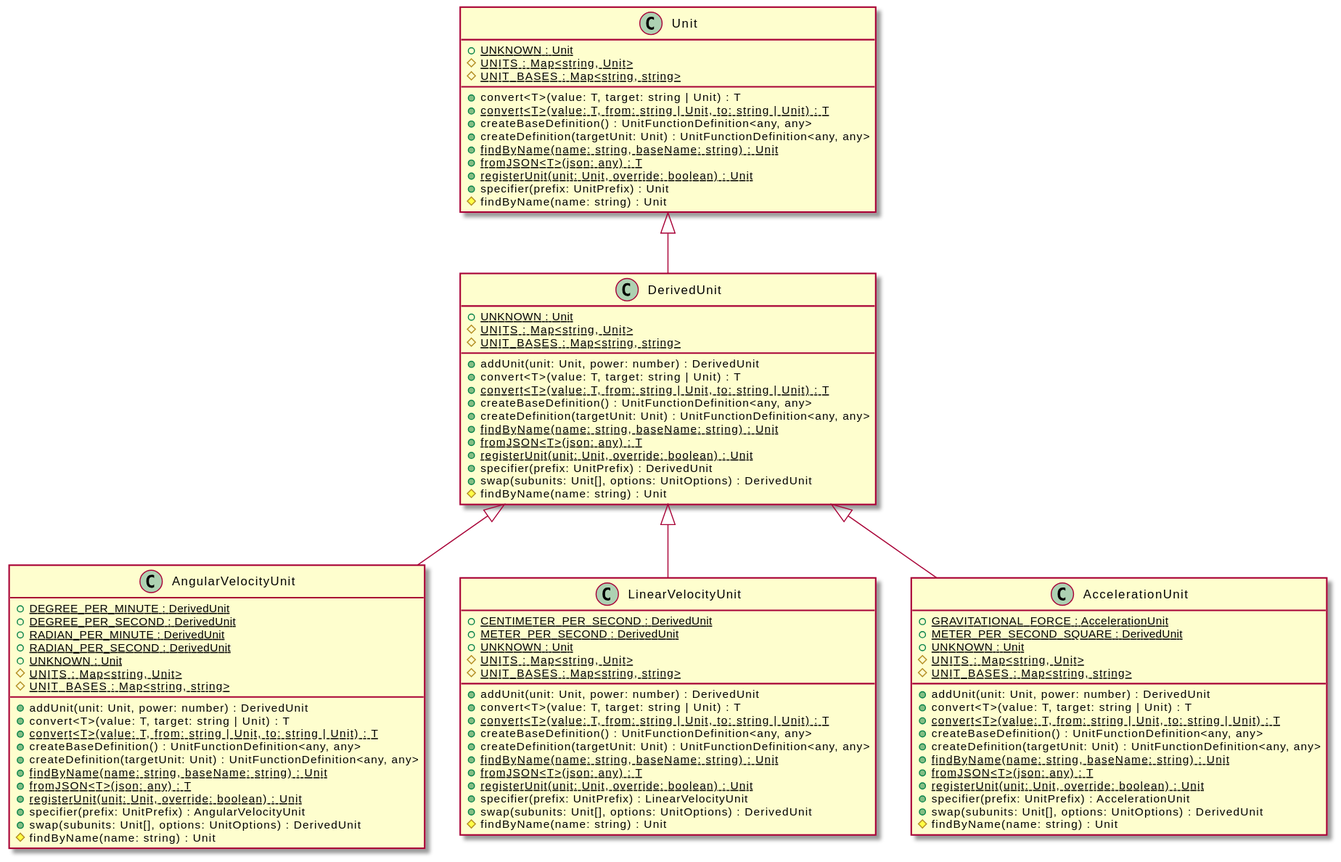
OpenHPS/openhps-core keeps this PlantUML diagram as assets/DerivedUnit-umlClassDiagram-676.svg. Above is the earlier version.
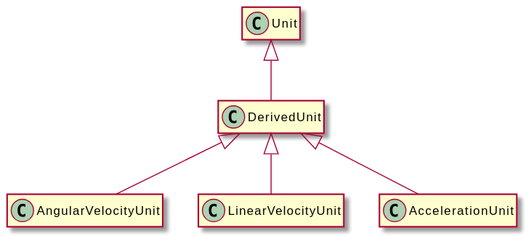
After the commit.

Diff of the diagram source:
```diff
@@ -3,93 +3,17 @@
 hide empty methods
 hide empty fields
 class "DerivedUnit" {
-    {static} +UNKNOWN : Unit
-    {static} #UNITS : Map<string, Unit>
-    {static} #UNIT_BASES : Map<string, string>
-    +addUnit(unit: Unit, power: number) : DerivedUnit
-    +convert<T>(value: T, target: string | Unit) : T
-    {static} +convert<T>(value: T, from: string | Unit, to: string | Unit) : T
-    +createBaseDefinition() : UnitFunctionDefinition<any, any>
-    +createDefinition(targetUnit: Unit) : UnitFunctionDefinition<any, any>
-    {static} +findByName(name: string, baseName: string) : Unit
-    {static} +fromJSON<T>(json: any) : T
-    {static} +registerUnit(unit: Unit, override: boolean) : Unit
-    +specifier(prefix: UnitPrefix) : DerivedUnit
-    +swap(subunits: Unit[], options: UnitOptions) : DerivedUnit
-    #findByName(name: string) : Unit
 }
 class "Unit" {
-    {static} +UNKNOWN : Unit
-    {static} #UNITS : Map<string, Unit>
-    {static} #UNIT_BASES : Map<string, string>
-    +convert<T>(value: T, target: string | Unit) : T
-    {static} +convert<T>(value: T, from: string | Unit, to: string | Unit) : T
-    +createBaseDefinition() : UnitFunctionDefinition<any, any>
-    +createDefinition(targetUnit: Unit) : UnitFunctionDefinition<any, any>
-    {static} +findByName(name: string, baseName: string) : Unit
-    {static} +fromJSON<T>(json: any) : T
-    {static} +registerUnit(unit: Unit, override: boolean) : Unit
-    +specifier(prefix: UnitPrefix) : Unit
-    #findByName(name: string) : Unit
 }
 "Unit" <|-- "DerivedUnit"
 class "AngularVelocityUnit" {
-    {static} +DEGREE_PER_MINUTE : DerivedUnit
-    {static} +DEGREE_PER_SECOND : DerivedUnit
-    {static} +RADIAN_PER_MINUTE : DerivedUnit
-    {static} +RADIAN_PER_SECOND : DerivedUnit
-    {static} +UNKNOWN : Unit
-    {static} #UNITS : Map<string, Unit>
-    {static} #UNIT_BASES : Map<string, string>
-    +addUnit(unit: Unit, power: number) : DerivedUnit
-    +convert<T>(value: T, target: string | Unit) : T
-    {static} +convert<T>(value: T, from: string | Unit, to: string | Unit) : T
-    +createBaseDefinition() : UnitFunctionDefinition<any, any>
-    +createDefinition(targetUnit: Unit) : UnitFunctionDefinition<any, any>
-    {static} +findByName(name: string, baseName: string) : Unit
-    {static} +fromJSON<T>(json: any) : T
-    {static} +registerUnit(unit: Unit, override: boolean) : Unit
-    +specifier(prefix: UnitPrefix) : AngularVelocityUnit
-    +swap(subunits: Unit[], options: UnitOptions) : DerivedUnit
-    #findByName(name: string) : Unit
 }
 "DerivedUnit" <|-- "AngularVelocityUnit"
 class "LinearVelocityUnit" {
-    {static} +CENTIMETER_PER_SECOND : DerivedUnit
-    {static} +METER_PER_SECOND : DerivedUnit
-    {static} +UNKNOWN : Unit
-    {static} #UNITS : Map<string, Unit>
-    {static} #UNIT_BASES : Map<string, string>
-    +addUnit(unit: Unit, power: number) : DerivedUnit
-    +convert<T>(value: T, target: string | Unit) : T
-    {static} +convert<T>(value: T, from: string | Unit, to: string | Unit) : T
-    +createBaseDefinition() : UnitFunctionDefinition<any, any>
-    +createDefinition(targetUnit: Unit) : UnitFunctionDefinition<any, any>
-    {static} +findByName(name: string, baseName: string) : Unit
-    {static} +fromJSON<T>(json: any) : T
-    {static} +registerUnit(unit: Unit, override: boolean) : Unit
-    +specifier(prefix: UnitPrefix) : LinearVelocityUnit
-    +swap(subunits: Unit[], options: UnitOptions) : DerivedUnit
-    #findByName(name: string) : Unit
 }
 "DerivedUnit" <|-- "LinearVelocityUnit"
 class "AccelerationUnit" {
-    {static} +GRAVITATIONAL_FORCE : AccelerationUnit
-    {static} +METER_PER_SECOND_SQUARE : DerivedUnit
-    {static} +UNKNOWN : Unit
-    {static} #UNITS : Map<string, Unit>
-    {static} #UNIT_BASES : Map<string, string>
-    +addUnit(unit: Unit, power: number) : DerivedUnit
-    +convert<T>(value: T, target: string | Unit) : T
-    {static} +convert<T>(value: T, from: string | Unit, to: string | Unit) : T
-    +createBaseDefinition() : UnitFunctionDefinition<any, any>
-    +createDefinition(targetUnit: Unit) : UnitFunctionDefinition<any, any>
-    {static} +findByName(name: string, baseName: string) : Unit
-    {static} +fromJSON<T>(json: any) : T
-    {static} +registerUnit(unit: Unit, override: boolean) : Unit
-    +specifier(prefix: UnitPrefix) : AccelerationUnit
-    +swap(subunits: Unit[], options: UnitOptions) : DerivedUnit
-    #findByName(name: string) : Unit
 }
 "DerivedUnit" <|-- "AccelerationUnit"
 @enduml
```
